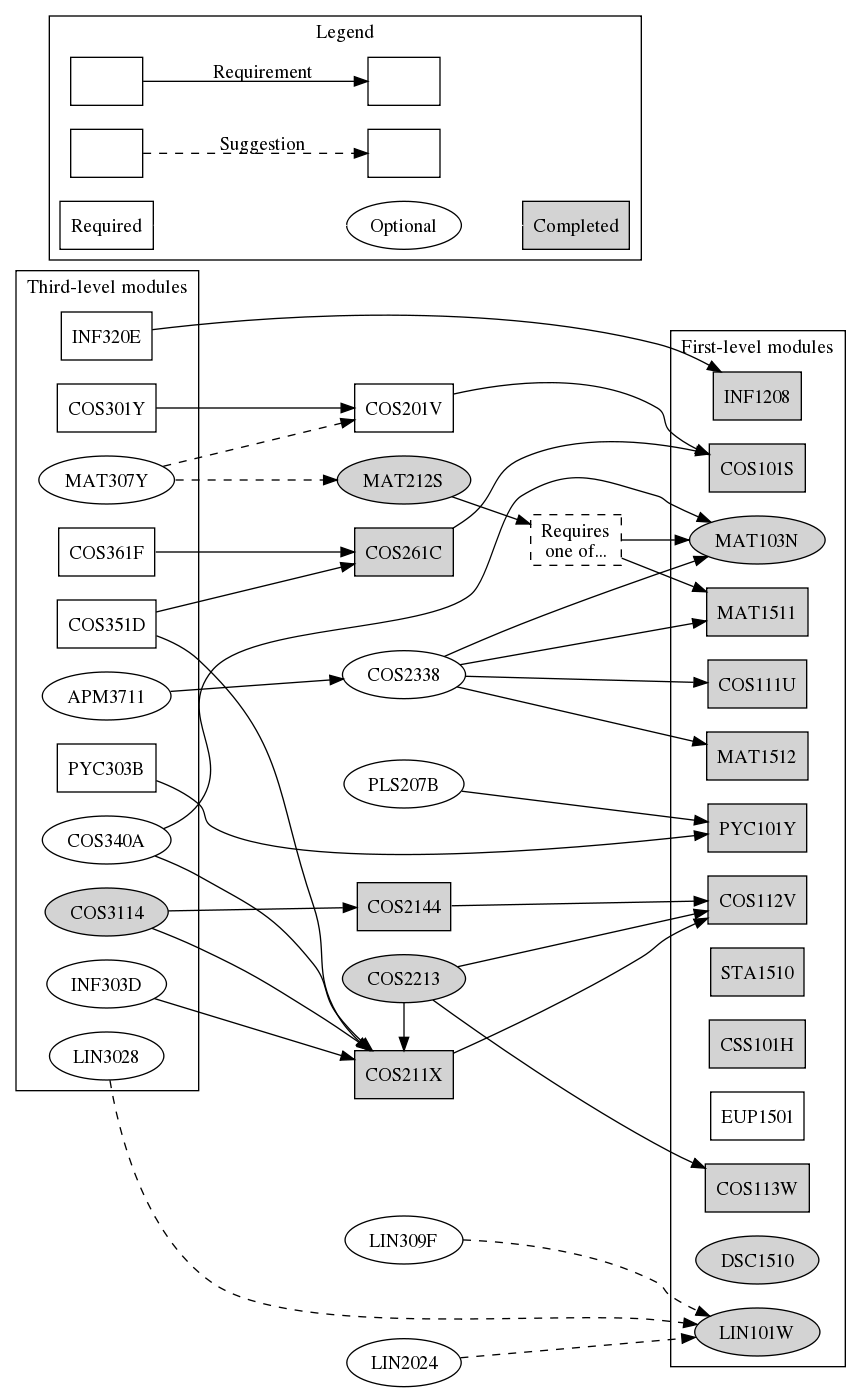
This is ComputationalIntelligence.png from apauley/unisa-module-graph, a Graphviz export, as it was before one commit. Its source is kept beside it as ComputationalIntelligence.dot.
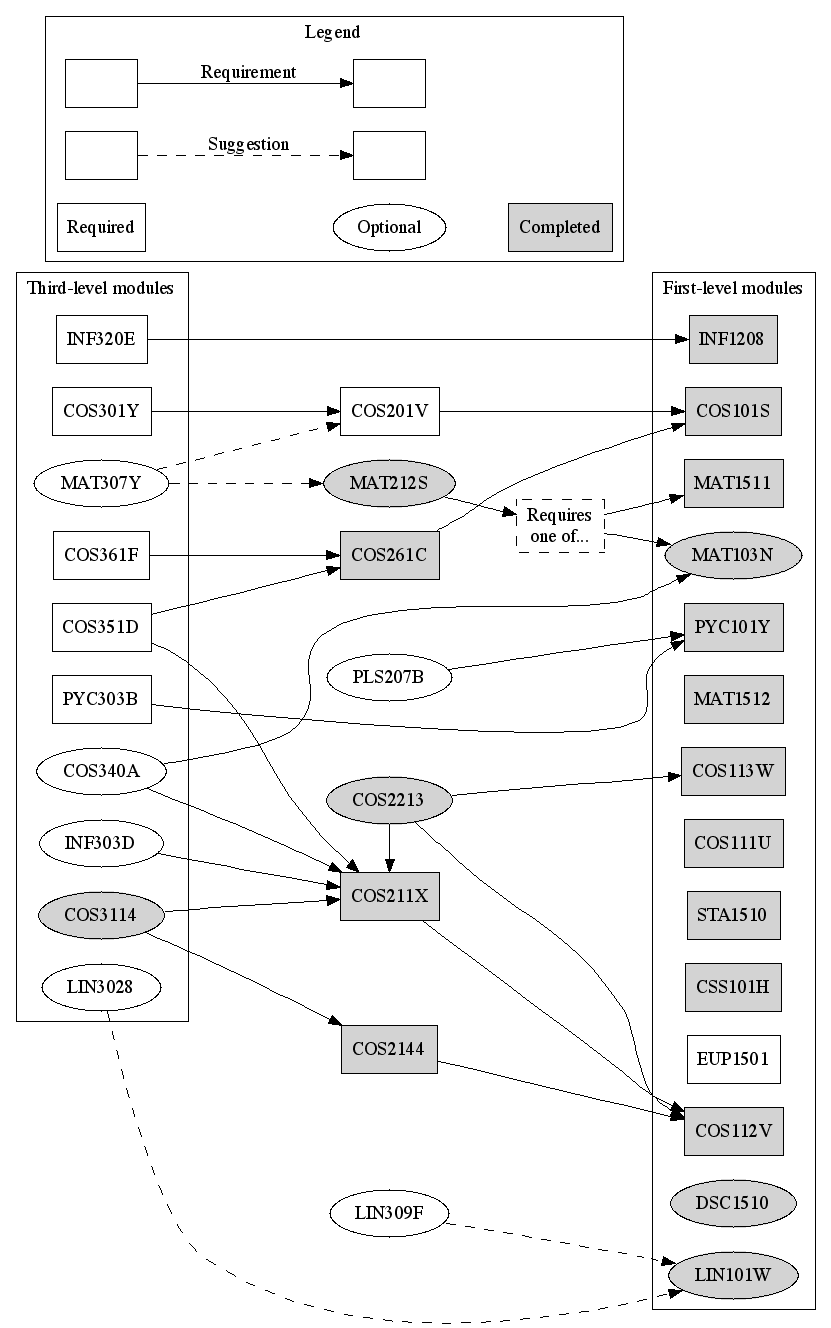
After the commit.

Commit message:
Remove some unneeded modules

Diff of the diagram source:
```diff
@@ -12,8 +12,7 @@
         COS3114 [style=filled]
         MAT307Y COS340A
         INF303D
-        LIN3028
-        APM3711}
+        LIN3028}
     }
 
     {rank=same;
@@ -21,11 +20,10 @@
     {node [style=filled]; COS211X COS261C COS2144}}
 
     {rank=same; node [shape=ellipse];
-    COS2338 PLS207B
+    PLS207B
     MAT212S [style=filled]
     COS2213 [style=filled]
-    LIN309F
-    LIN2024}
+    LIN309F}
 
     MAT103OR151 [label="Requires\none of...", style=dashed];
 
@@ -70,7 +68,6 @@
     PYC303B -> {PYC101Y}
 
     COS3114 -> {COS211X COS2144}
-    APM3711 -> {COS2338}
     MAT307Y -> {MAT212S COS201V} [style=dashed]
     INF303D -> {COS211X}
     LIN3028 -> {LIN101W} [style=dashed]
@@ -85,10 +82,8 @@
     {rank=same; COS2213 COS211X}
     COS2213 -> {COS112V COS113W}
     COS2213 -> {COS211X}
-    COS2338 -> {COS111U MAT103N MAT1511 MAT1512}
     MAT212S -> {MAT103OR151}
     MAT103OR151 -> {MAT103N MAT1511}
     LIN309F -> {LIN101W} [style=dashed]
-    LIN2024 -> {LIN101W} [style=dashed]
     PLS207B -> {PYC101Y}
 }
```
